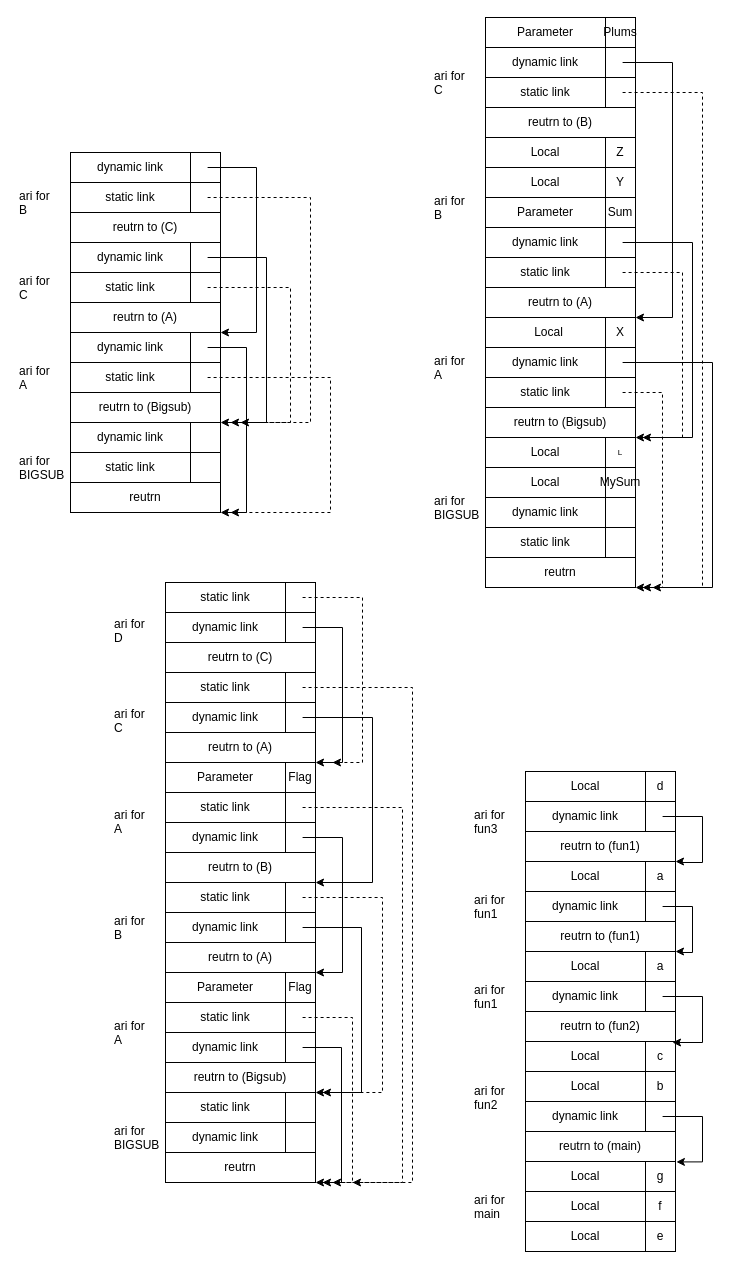
Earlier version of the draw.io diagram stack.drawio (HansenWang983/A-Social-Media-Web-App-with-Microservices). Source tidied: cells renumbered, new cells numbered last; positions are measured from the earlier drawing's top-left corner, leaving out a move shared by most shapes. Both pictures are drawn from the tidied source at 100%, with x=0, y=0 at pixel (17, 17).
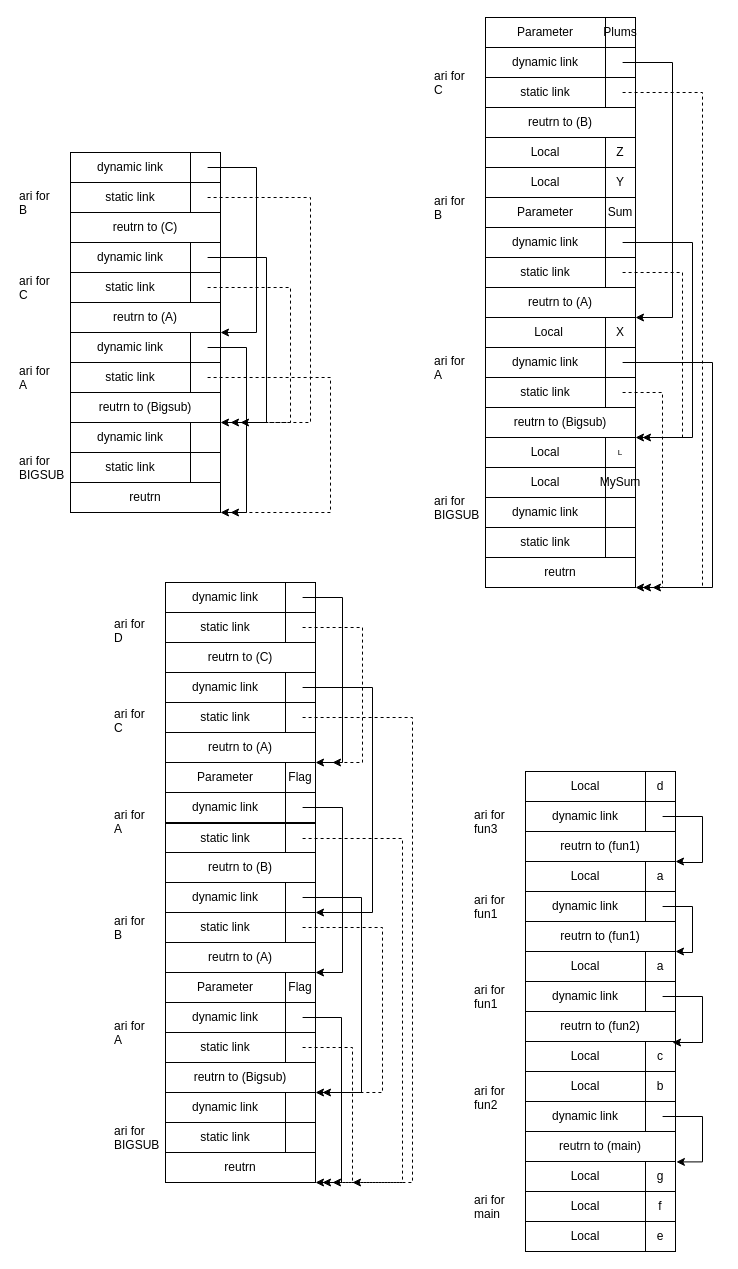
Above is the later version.

Unchanged cells that the change refers to:
```xml
<mxCell id="152" value="&lt;span style=&quot;font-weight: normal&quot;&gt;Flag&lt;/span&gt;" style="rounded=0;whiteSpace=wrap;html=1;points=[[0,0,0,0,0],[0,0.23,0,0,0],[0,0.5,0,0,0],[0,0.77,0,0,0],[0,1,0,0,0],[0.27,0,0,0,0],[0.27,1,0,0,0],[0.5,0,0,0,0],[0.5,1,0,0,0],[0.57,0.5,0,0,0],[0.77,0,0,0,0],[0.77,1,0,0,0],[1,0,0,0,0],[1,0.27,0,0,0],[1,0.77,0,0,0],[1,1,0,0,0]];fontStyle=1;" parent="1" vertex="1">
  <mxGeometry x="268" y="745" width="30" height="30" as="geometry" />
</mxCell>
```

The edit, as a diff of the source:
```diff
@@
-    <mxCell id="70" value="static link" style="rounded=0;whiteSpace=wrap;html=1;" parent="1" vertex="1">
+    <mxCell id="70" value="dynamic link" style="rounded=0;whiteSpace=wrap;html=1;" parent="1" vertex="1">
       <mxGeometry x="148" y="1075" width="120" height="30" as="geometry" />
     </mxCell>
-    <mxCell id="71" value="dynamic link" style="rounded=0;whiteSpace=wrap;html=1;" parent="1" vertex="1">
+    <mxCell id="71" value="static link" style="rounded=0;whiteSpace=wrap;html=1;" parent="1" vertex="1">
       <mxGeometry x="148" y="1105" width="120" height="30" as="geometry" />
     </mxCell>
@@
     <mxCell id="73" style="rounded=0;whiteSpace=wrap;html=1;points=[[0,0,0,0,0],[0,0.23,0,0,0],[0,0.5,0,0,0],[0,0.77,0,0,0],[0,1,0,0,0],[0.27,0,0,0,0],[0.27,1,0,0,0],[0.5,0,0,0,0],[0.5,1,0,0,0],[0.57,0.5,0,0,0],[0.77,0,0,0,0],[0.77,1,0,0,0],[1,0,0,0,0],[1,0.27,0,0,0],[1,0.77,0,0,0],[1,1,0,0,0]];" parent="1" vertex="1">
-      <mxGeometry x="268" y="685" width="30" height="30" as="geometry" />
+      <mxGeometry x="268" y="655" width="30" height="30" as="geometry" />
     </mxCell>
     <mxCell id="74" style="rounded=0;whiteSpace=wrap;html=1;points=[[0,0,0,0,0],[0,0.23,0,0,0],[0,0.5,0,0,0],[0,0.77,0,0,0],[0,1,0,0,0],[0.27,0,0,0,0],[0.27,1,0,0,0],[0.5,0,0,0,0],[0.5,1,0,0,0],[0.57,0.5,0,0,0],[0.77,0,0,0,0],[0.77,1,0,0,0],[1,0,0,0,0],[1,0.27,0,0,0],[1,0.77,0,0,0],[1,1,0,0,0]];" parent="1" vertex="1">
-      <mxGeometry x="268" y="895" width="30" height="30" as="geometry" />
+      <mxGeometry x="268" y="865" width="30" height="30" as="geometry" />
     </mxCell>
     <mxCell id="75" style="rounded=0;whiteSpace=wrap;html=1;points=[[0,0,0,0,0],[0,0.23,0,0,0],[0,0.5,0,0,0],[0,0.77,0,0,0],[0,1,0,0,0],[0.27,0,0,0,0],[0.27,1,0,0,0],[0.5,0,0,0,0],[0.5,1,0,0,0],[0.57,0.5,0,0,0],[0.77,0,0,0,0],[0.77,1,0,0,0],[1,0,0,0,0],[1,0.27,0,0,0],[1,0.77,0,0,0],[1,1,0,0,0]];" parent="1" vertex="1">
-      <mxGeometry x="268" y="1015" width="30" height="30" as="geometry" />
+      <mxGeometry x="268" y="985" width="30" height="30" as="geometry" />
     </mxCell>
@@
     <mxCell id="77" value="static link" style="rounded=0;whiteSpace=wrap;html=1;" parent="1" vertex="1">
-      <mxGeometry x="148" y="985" width="120" height="30" as="geometry" />
+      <mxGeometry x="148" y="1015" width="120" height="30" as="geometry" />
     </mxCell>
     <mxCell id="78" value="dynamic link" style="rounded=0;whiteSpace=wrap;html=1;" parent="1" vertex="1">
-      <mxGeometry x="148" y="1015" width="120" height="30" as="geometry" />
+      <mxGeometry x="148" y="985" width="120" height="30" as="geometry" />
     </mxCell>
@@
-    <mxCell id="80" style="rounded=0;whiteSpace=wrap;html=1;" parent="1" vertex="1">
-      <mxGeometry x="268" y="985" width="30" height="30" as="geometry" />
-    </mxCell>
     <mxCell id="81" style="rounded=0;whiteSpace=wrap;html=1;points=[[0,0,0,0,0],[0,0.23,0,0,0],[0,0.5,0,0,0],[0,0.77,0,0,0],[0,1,0,0,0],[0.27,0,0,0,0],[0.27,1,0,0,0],[0.5,0,0,0,0],[0.5,1,0,0,0],[0.57,0.5,0,0,0],[0.77,0,0,0,0],[0.77,1,0,0,0],[1,0,0,0,0],[1,0.27,0,0,0],[1,0.77,0,0,0],[1,1,0,0,0]];" parent="1" vertex="1">
-      <mxGeometry x="268" y="985" width="30" height="30" as="geometry" />
+      <mxGeometry x="268" y="1015" width="30" height="30" as="geometry" />
     </mxCell>
     <mxCell id="82" style="edgeStyle=orthogonalEdgeStyle;rounded=0;jettySize=auto;html=1;exitX=0.57;exitY=0.5;exitDx=0;exitDy=0;exitPerimeter=0;entryX=1;entryY=1;entryDx=0;entryDy=0;entryPerimeter=0;" parent="1" edge="1" source="75">
       <mxGeometry relative="1" as="geometry">
         <mxPoint x="298" y="1165" as="targetPoint" />
         <Array as="points">
-          <mxPoint x="324" y="1030" />
+          <mxPoint x="324" y="1000" />
           <mxPoint x="324" y="1165" />
         </Array>
       </mxGeometry>
     </mxCell>
     <mxCell id="83" value="static link" style="rounded=0;whiteSpace=wrap;html=1;" parent="1" vertex="1">
-      <mxGeometry x="148" y="775" width="120" height="30" as="geometry" />
+      <mxGeometry x="148" y="806" width="120" height="30" as="geometry" />
     </mxCell>
     <mxCell id="84" value="dynamic link" style="rounded=0;whiteSpace=wrap;html=1;" parent="1" vertex="1">
-      <mxGeometry x="148" y="895" width="120" height="30" as="geometry" />
+      <mxGeometry x="148" y="865" width="120" height="30" as="geometry" />
     </mxCell>
@@
-    <mxCell id="86" style="rounded=0;whiteSpace=wrap;html=1;" parent="1" vertex="1">
-      <mxGeometry x="268" y="775" width="30" height="30" as="geometry" />
-    </mxCell>
     <mxCell id="87" style="rounded=0;whiteSpace=wrap;html=1;points=[[0,0,0,0,0],[0,0.23,0,0,0],[0,0.5,0,0,0],[0,0.77,0,0,0],[0,1,0,0,0],[0.27,0,0,0,0],[0.27,1,0,0,0],[0.5,0,0,0,0],[0.5,1,0,0,0],[0.57,0.5,0,0,0],[0.77,0,0,0,0],[0.77,1,0,0,0],[1,0,0,0,0],[1,0.27,0,0,0],[1,0.77,0,0,0],[1,1,0,0,0]];" parent="1" vertex="1">
-      <mxGeometry x="268" y="775" width="30" height="30" as="geometry" />
+      <mxGeometry x="268" y="806" width="30" height="30" as="geometry" />
     </mxCell>
     <mxCell id="88" value="static link" style="rounded=0;whiteSpace=wrap;html=1;" parent="1" vertex="1">
-      <mxGeometry x="148" y="655" width="120" height="30" as="geometry" />
+      <mxGeometry x="148" y="685" width="120" height="30" as="geometry" />
     </mxCell>
     <mxCell id="89" value="dynamic link" style="rounded=0;whiteSpace=wrap;html=1;" parent="1" vertex="1">
-      <mxGeometry x="148" y="685" width="120" height="30" as="geometry" />
+      <mxGeometry x="148" y="655" width="120" height="30" as="geometry" />
     </mxCell>
@@
     <mxCell id="91" style="rounded=0;whiteSpace=wrap;html=1;points=[[0,0,0,0,0],[0,0.23,0,0,0],[0,0.5,0,0,0],[0,0.77,0,0,0],[0,1,0,0,0],[0.27,0,0,0,0],[0.27,1,0,0,0],[0.5,0,0,0,0],[0.5,1,0,0,0],[0.57,0.5,0,0,0],[0.77,0,0,0,0],[0.77,1,0,0,0],[1,0,0,0,0],[1,0.27,0,0,0],[1,0.77,0,0,0],[1,1,0,0,0]];" parent="1" vertex="1">
-      <mxGeometry x="268" y="655" width="30" height="30" as="geometry" />
+      <mxGeometry x="268" y="685" width="30" height="30" as="geometry" />
     </mxCell>
@@
     <mxCell id="99" style="rounded=0;whiteSpace=wrap;html=1;points=[[0,0,0,0,0],[0,0.23,0,0,0],[0,0.5,0,0,0],[0,0.77,0,0,0],[0,1,0,0,0],[0.27,0,0,0,0],[0.27,1,0,0,0],[0.5,0,0,0,0],[0.5,1,0,0,0],[0.57,0.5,0,0,0],[0.77,0,0,0,0],[0.77,1,0,0,0],[1,0,0,0,0],[1,0.27,0,0,0],[1,0.77,0,0,0],[1,1,0,0,0]];" parent="1" vertex="1">
-      <mxGeometry x="268" y="595" width="30" height="30" as="geometry" />
+      <mxGeometry x="268" y="565" width="30" height="30" as="geometry" />
     </mxCell>
     <mxCell id="100" value="static link" style="rounded=0;whiteSpace=wrap;html=1;" parent="1" vertex="1">
-      <mxGeometry x="148" y="565" width="120" height="30" as="geometry" />
+      <mxGeometry x="148" y="595" width="120" height="30" as="geometry" />
     </mxCell>
     <mxCell id="101" value="dynamic link" style="rounded=0;whiteSpace=wrap;html=1;" parent="1" vertex="1">
-      <mxGeometry x="148" y="595" width="120" height="30" as="geometry" />
+      <mxGeometry x="148" y="565" width="120" height="30" as="geometry" />
     </mxCell>
@@
-    <mxCell id="103" style="rounded=0;whiteSpace=wrap;html=1;" parent="1" vertex="1">
-      <mxGeometry x="268" y="565" width="30" height="30" as="geometry" />
-    </mxCell>
     <mxCell id="104" style="rounded=0;whiteSpace=wrap;html=1;points=[[0,0,0,0,0],[0,0.23,0,0,0],[0,0.5,0,0,0],[0,0.77,0,0,0],[0,1,0,0,0],[0.27,0,0,0,0],[0.27,1,0,0,0],[0.5,0,0,0,0],[0.5,1,0,0,0],[0.57,0.5,0,0,0],[0.77,0,0,0,0],[0.77,1,0,0,0],[1,0,0,0,0],[1,0.27,0,0,0],[1,0.77,0,0,0],[1,1,0,0,0]];" parent="1" vertex="1">
-      <mxGeometry x="268" y="565" width="30" height="30" as="geometry" />
+      <mxGeometry x="268" y="595" width="30" height="30" as="geometry" />
     </mxCell>
@@
-    <mxCell id="106" style="edgeStyle=orthogonalEdgeStyle;rounded=0;jettySize=auto;html=1;exitX=0.57;exitY=0.5;exitDx=0;exitDy=0;exitPerimeter=0;entryX=1;entryY=1;entryDx=0;entryDy=0;entryPerimeter=0;" parent="1" edge="1" source="74">
-      <mxGeometry relative="1" as="geometry">
-        <mxPoint x="298" y="1075" as="targetPoint" />
-        <Array as="points">
-          <mxPoint x="344" y="910" />
-          <mxPoint x="344" y="1075" />
-        </Array>
-      </mxGeometry>
-    </mxCell>
@@
     <mxCell id="108" value="dynamic link" style="rounded=0;whiteSpace=wrap;html=1;" parent="1" vertex="1">
-      <mxGeometry x="148" y="805" width="120" height="30" as="geometry" />
+      <mxGeometry x="148" y="775" width="120" height="30" as="geometry" />
     </mxCell>
     <mxCell id="109" style="rounded=0;whiteSpace=wrap;html=1;points=[[0,0,0,0,0],[0,0.23,0,0,0],[0,0.5,0,0,0],[0,0.77,0,0,0],[0,1,0,0,0],[0.27,0,0,0,0],[0.27,1,0,0,0],[0.5,0,0,0,0],[0.5,1,0,0,0],[0.57,0.5,0,0,0],[0.77,0,0,0,0],[0.77,1,0,0,0],[1,0,0,0,0],[1,0.27,0,0,0],[1,0.77,0,0,0],[1,1,0,0,0]];" parent="1" vertex="1">
-      <mxGeometry x="268" y="805" width="30" height="30" as="geometry" />
+      <mxGeometry x="268" y="775" width="30" height="30" as="geometry" />
     </mxCell>
     <mxCell id="110" style="rounded=0;whiteSpace=wrap;html=1;points=[[0,0,0,0,0],[0,0.23,0,0,0],[0,0.5,0,0,0],[0,0.77,0,0,0],[0,1,0,0,0],[0.27,0,0,0,0],[0.27,1,0,0,0],[0.5,0,0,0,0],[0.5,1,0,0,0],[0.57,0.5,0,0,0],[0.77,0,0,0,0],[0.77,1,0,0,0],[1,0,0,0,0],[1,0.27,0,0,0],[1,0.77,0,0,0],[1,1,0,0,0]];" parent="1" vertex="1">
-      <mxGeometry x="268" y="865" width="30" height="30" as="geometry" />
+      <mxGeometry x="268" y="895" width="30" height="30" as="geometry" />
     </mxCell>
     <mxCell id="111" value="static link" style="rounded=0;whiteSpace=wrap;html=1;" parent="1" vertex="1">
-      <mxGeometry x="148" y="865" width="120" height="30" as="geometry" />
+      <mxGeometry x="148" y="895" width="120" height="30" as="geometry" />
     </mxCell>
@@
     <mxCell id="113" style="edgeStyle=orthogonalEdgeStyle;rounded=0;jettySize=auto;html=1;exitX=0.57;exitY=0.5;exitDx=0;exitDy=0;exitPerimeter=0;entryX=1;entryY=0;entryDx=0;entryDy=0;entryPerimeter=0;" parent="1" edge="1" source="73" target="110">
       <mxGeometry relative="1" as="geometry">
         <Array as="points">
-          <mxPoint x="355" y="700" />
-          <mxPoint x="355" y="865" />
+          <mxPoint x="355" y="670" />
+          <mxPoint x="355" y="895" />
         </Array>
       </mxGeometry>
     </mxCell>
     <mxCell id="114" style="edgeStyle=orthogonalEdgeStyle;rounded=0;jettySize=auto;html=1;exitX=0.57;exitY=0.5;exitDx=0;exitDy=0;exitPerimeter=0;entryX=1;entryY=1;entryDx=0;entryDy=0;entryPerimeter=0;fontSize=8;" parent="1" edge="1" source="109">
       <mxGeometry relative="1" as="geometry">
         <mxPoint x="298" y="955" as="targetPoint" />
         <Array as="points">
-          <mxPoint x="325" y="820" />
+          <mxPoint x="325" y="790" />
           <mxPoint x="325" y="955" />
         </Array>
       </mxGeometry>
     </mxCell>
@@
     <mxCell id="159" style="edgeStyle=orthogonalEdgeStyle;rounded=0;jettySize=auto;html=1;exitX=0.57;exitY=0.5;exitDx=0;exitDy=0;exitPerimeter=0;dashed=1;fontSize=8;" parent="1" edge="1" source="81">
       <mxGeometry relative="1" as="geometry">
         <mxPoint x="305" y="1165" as="targetPoint" />
         <Array as="points">
-          <mxPoint x="335" y="1000" />
+          <mxPoint x="335" y="1030" />
           <mxPoint x="335" y="1165" />
         </Array>
       </mxGeometry>
     </mxCell>
     <mxCell id="160" style="edgeStyle=orthogonalEdgeStyle;rounded=0;jettySize=auto;html=1;exitX=0.57;exitY=0.5;exitDx=0;exitDy=0;exitPerimeter=0;dashed=1;fontSize=8;" parent="1" edge="1" source="110">
       <mxGeometry relative="1" as="geometry">
         <mxPoint x="305" y="1075" as="targetPoint" />
         <Array as="points">
-          <mxPoint x="365" y="880" />
+          <mxPoint x="365" y="910" />
           <mxPoint x="365" y="1075" />
         </Array>
       </mxGeometry>
     </mxCell>
     <mxCell id="161" style="edgeStyle=orthogonalEdgeStyle;rounded=0;jettySize=auto;html=1;exitX=0.57;exitY=0.5;exitDx=0;exitDy=0;exitPerimeter=0;dashed=1;fontSize=8;" parent="1" edge="1" source="87">
       <mxGeometry relative="1" as="geometry">
         <mxPoint x="315" y="1165" as="targetPoint" />
         <Array as="points">
-          <mxPoint x="385" y="790" />
+          <mxPoint x="385" y="821" />
           <mxPoint x="385" y="1165" />
         </Array>
       </mxGeometry>
     </mxCell>
     <mxCell id="162" style="edgeStyle=orthogonalEdgeStyle;rounded=0;jettySize=auto;html=1;exitX=0.57;exitY=0.5;exitDx=0;exitDy=0;exitPerimeter=0;entryX=1;entryY=0;entryDx=0;entryDy=0;entryPerimeter=0;fontSize=8;" parent="1" edge="1" source="99" target="152">
       <mxGeometry relative="1" as="geometry">
         <Array as="points">
-          <mxPoint x="325" y="610" />
+          <mxPoint x="325" y="580" />
           <mxPoint x="325" y="745" />
         </Array>
       </mxGeometry>
     </mxCell>
     <mxCell id="163" style="edgeStyle=orthogonalEdgeStyle;rounded=0;jettySize=auto;html=1;exitX=0.57;exitY=0.5;exitDx=0;exitDy=0;exitPerimeter=0;fontSize=8;dashed=1;" parent="1" edge="1" source="104">
       <mxGeometry relative="1" as="geometry">
         <mxPoint x="315" y="745" as="targetPoint" />
         <Array as="points">
-          <mxPoint x="345" y="580" />
+          <mxPoint x="345" y="610" />
           <mxPoint x="345" y="745" />
         </Array>
       </mxGeometry>
     </mxCell>
     <mxCell id="164" style="edgeStyle=orthogonalEdgeStyle;rounded=0;jettySize=auto;html=1;exitX=0.57;exitY=0.5;exitDx=0;exitDy=0;exitPerimeter=0;dashed=1;fontSize=8;" parent="1" edge="1" source="91">
       <mxGeometry relative="1" as="geometry">
         <mxPoint x="335" y="1165" as="targetPoint" />
         <Array as="points">
-          <mxPoint x="395" y="670" />
+          <mxPoint x="395" y="700" />
           <mxPoint x="395" y="1165" />
         </Array>
       </mxGeometry>
     </mxCell>
@@
+    <mxCell id="106" style="edgeStyle=orthogonalEdgeStyle;rounded=0;jettySize=auto;html=1;exitX=0.57;exitY=0.5;exitDx=0;exitDy=0;exitPerimeter=0;entryX=1;entryY=1;entryDx=0;entryDy=0;entryPerimeter=0;" parent="1" edge="1" source="74">
+      <mxGeometry relative="1" as="geometry">
+        <mxPoint x="298" y="1075" as="targetPoint" />
+        <Array as="points">
+          <mxPoint x="344" y="880" />
+          <mxPoint x="344" y="1075" />
+        </Array>
+      </mxGeometry>
+    </mxCell>
```
